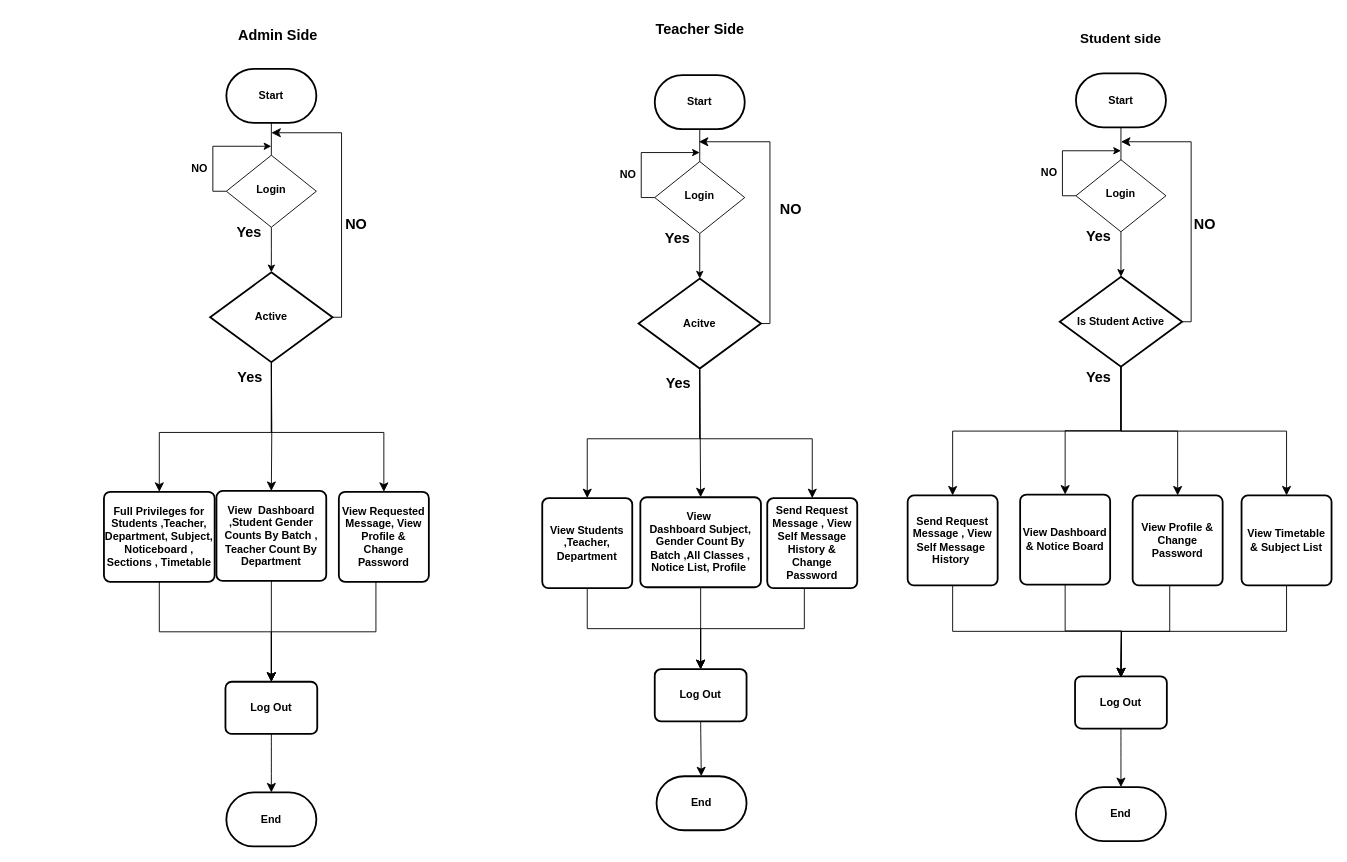
This is Untitled Diagram.drawio from KhunMaungNgwee/InternShipProject, a draw.io file, before an edit. Source tidied: cells renumbered, new cells numbered last; positions are measured from the earlier drawing's top-left corner, leaving out a move shared by most shapes. Both pictures are drawn from the tidied source at 90%, with x=0, y=0 at pixel (104, 15).
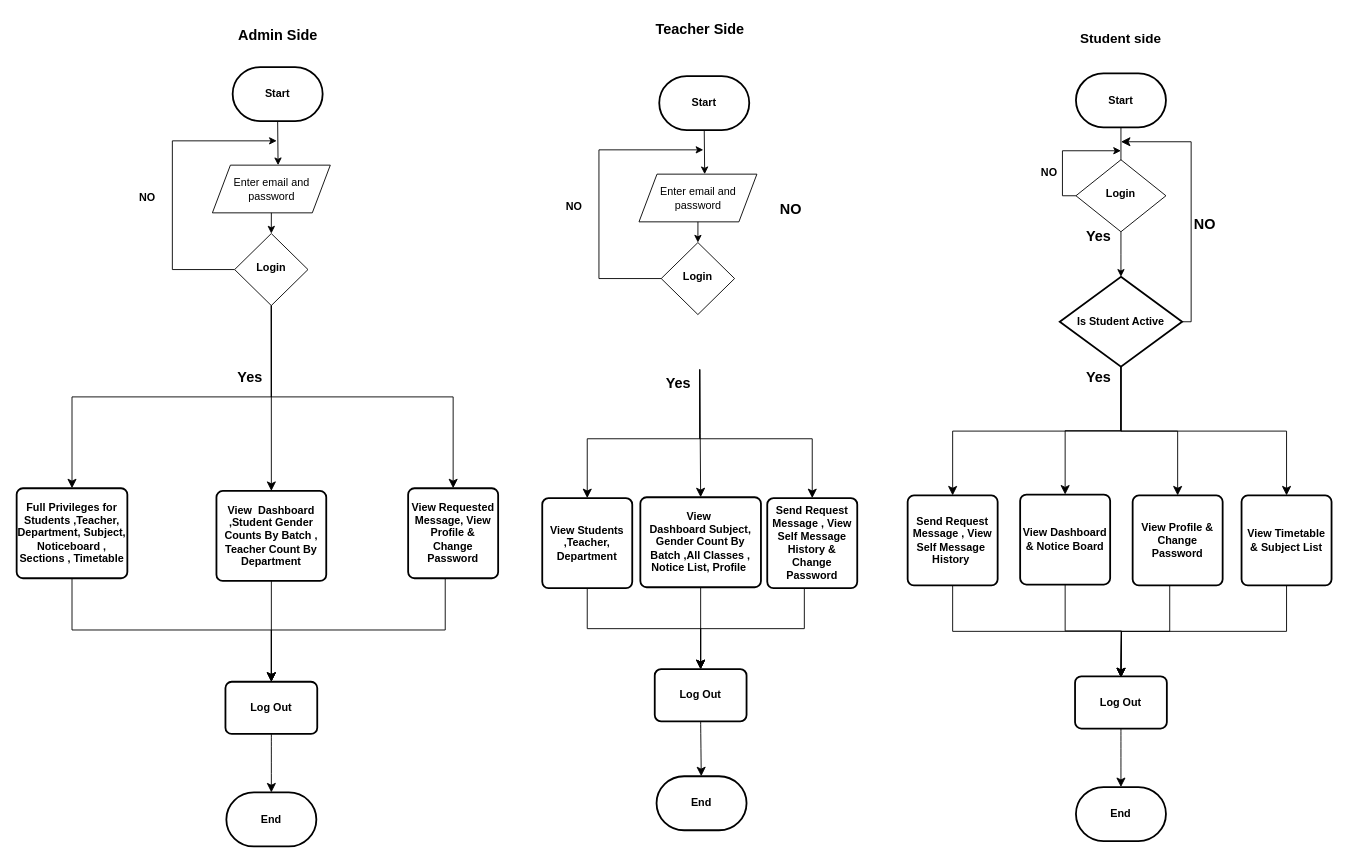
After the change.

The change refers to these unchanged cells:
```xml
<mxCell id="44" value="&lt;b&gt;View&amp;nbsp; Dashboard ,Student Gender Counts By Batch , Teacher Count By Department&lt;/b&gt;" style="rounded=1;whiteSpace=wrap;html=1;absoluteArcSize=1;arcSize=14;strokeWidth=2;" parent="1" vertex="1">
  <mxGeometry x="125" y="528" width="122" height="100" as="geometry" />
</mxCell>
```

What changed in the source:
```diff
@@
-<mxGraphModel background="#FFFFFF">
+<mxGraphModel>
@@
-    <mxCell id="26" style="edgeStyle=orthogonalEdgeStyle;rounded=0;jettySize=auto;html=1;exitX=0.5;exitY=1;exitDx=0;exitDy=0;" parent="1" edge="1" source="30">
-      <mxGeometry relative="1" as="geometry">
-        <mxPoint x="662" y="292" as="targetPoint" />
-      </mxGeometry>
-    </mxCell>
-    <mxCell id="27" style="edgeStyle=orthogonalEdgeStyle;rounded=0;jettySize=auto;html=1;exitX=0.5;exitY=1;exitDx=0;exitDy=0;exitPerimeter=0;" parent="1" edge="1" source="28">
-      <mxGeometry relative="1" as="geometry">
-        <mxPoint x="662" y="196" as="targetPoint" />
-      </mxGeometry>
-    </mxCell>
-    <mxCell id="28" value="&lt;b&gt;Start&lt;/b&gt;" style="strokeWidth=2;html=1;shape=mxgraph.flowchart.terminator;whiteSpace=wrap;" parent="1" vertex="1">
-      <mxGeometry x="612" y="66" width="100" height="60" as="geometry" />
-    </mxCell>
-    <mxCell id="29" style="edgeStyle=elbowEdgeStyle;rounded=0;jettySize=auto;html=1;exitX=0;exitY=0.5;exitDx=0;exitDy=0;" parent="1" edge="1" source="30">
-      <mxGeometry relative="1" as="geometry">
-        <mxPoint x="662" y="152" as="targetPoint" />
-        <Array as="points">
-          <mxPoint x="597" y="172" />
-        </Array>
-      </mxGeometry>
-    </mxCell>
-    <mxCell id="30" value="&lt;b&gt;Login&lt;/b&gt;" style="rhombus;whiteSpace=wrap;html=1;shadow=0;fontFamily=Helvetica;fontSize=12;align=center;strokeWidth=1;spacing=6;spacingTop=-4;" parent="1" vertex="1">
-      <mxGeometry x="612" y="162" width="100" height="80" as="geometry" />
-    </mxCell>
-    <mxCell id="31" value="&lt;b&gt;NO&lt;/b&gt;" style="text;html=1;align=center;verticalAlign=middle;strokeColor=none;fillColor=none;" parent="1" vertex="1">
-      <mxGeometry x="562" y="162" width="40" height="30" as="geometry" />
-    </mxCell>
-    <mxCell id="32" value="&lt;b&gt;Yes&lt;/b&gt;" style="text;html=1;align=center;verticalAlign=middle;strokeColor=none;fillColor=none;fontSize=16;" parent="1" vertex="1">
-      <mxGeometry x="612" y="232" width="50" height="30" as="geometry" />
-    </mxCell>
@@
-    <mxCell id="34" value="&lt;b&gt;Acitve&lt;/b&gt;" style="strokeWidth=2;html=1;shape=mxgraph.flowchart.decision;whiteSpace=wrap;" parent="1" vertex="1">
-      <mxGeometry x="594" y="292" width="136" height="100" as="geometry" />
-    </mxCell>
@@
-    <mxCell id="45" style="edgeStyle=orthogonalEdgeStyle;rounded=0;jettySize=auto;html=1;exitX=0.5;exitY=1;exitDx=0;exitDy=0;" parent="1" edge="1" source="49">
-      <mxGeometry relative="1" as="geometry">
-        <mxPoint x="186" y="285" as="targetPoint" />
-      </mxGeometry>
-    </mxCell>
-    <mxCell id="46" style="edgeStyle=orthogonalEdgeStyle;rounded=0;jettySize=auto;html=1;exitX=0.5;exitY=1;exitDx=0;exitDy=0;exitPerimeter=0;" parent="1" edge="1" source="47">
-      <mxGeometry relative="1" as="geometry">
-        <mxPoint x="186" y="189" as="targetPoint" />
-      </mxGeometry>
-    </mxCell>
     <mxCell id="47" value="&lt;b&gt;Start&lt;/b&gt;" style="strokeWidth=2;html=1;shape=mxgraph.flowchart.terminator;whiteSpace=wrap;" parent="1" vertex="1">
-      <mxGeometry x="136" y="59" width="100" height="60" as="geometry" />
+      <mxGeometry x="143" y="57" width="100" height="60" as="geometry" />
     </mxCell>
     <mxCell id="48" style="edgeStyle=elbowEdgeStyle;rounded=0;jettySize=auto;html=1;exitX=0;exitY=0.5;exitDx=0;exitDy=0;" parent="1" edge="1" source="49">
       <mxGeometry relative="1" as="geometry">
-        <mxPoint x="186" y="145" as="targetPoint" />
+        <mxPoint x="192" y="139" as="targetPoint" />
         <Array as="points">
-          <mxPoint x="121" y="165" />
+          <mxPoint x="76" y="210" />
         </Array>
       </mxGeometry>
     </mxCell>
     <mxCell id="49" value="&lt;b&gt;Login&lt;/b&gt;" style="rhombus;whiteSpace=wrap;html=1;shadow=0;fontFamily=Helvetica;fontSize=12;align=center;strokeWidth=1;spacing=6;spacingTop=-4;" parent="1" vertex="1">
-      <mxGeometry x="136" y="155" width="100" height="80" as="geometry" />
+      <mxGeometry x="145.2" y="242" width="81.5" height="80" as="geometry" />
     </mxCell>
     <mxCell id="50" value="&lt;b&gt;NO&lt;/b&gt;" style="text;html=1;align=center;verticalAlign=middle;strokeColor=none;fillColor=none;" parent="1" vertex="1">
-      <mxGeometry x="86" y="155" width="40" height="30" as="geometry" />
+      <mxGeometry x="28" y="187" width="40" height="30" as="geometry" />
     </mxCell>
-    <mxCell id="51" value="&lt;b&gt;Yes&lt;/b&gt;" style="text;html=1;align=center;verticalAlign=middle;strokeColor=none;fillColor=none;fontSize=16;" parent="1" vertex="1">
-      <mxGeometry x="136" y="225" width="50" height="30" as="geometry" />
-    </mxCell>
-    <mxCell id="52" style="edgeStyle=orthogonalEdgeStyle;rounded=0;jettySize=auto;html=1;exitX=0.5;exitY=1;exitDx=0;exitDy=0;exitPerimeter=0;entryX=0.5;entryY=0;entryDx=0;entryDy=0;fontSize=12;startSize=8;endSize=8;" parent="1" edge="1" target="44">
-      <mxGeometry relative="1" as="geometry">
-        <mxPoint x="186" y="386" as="sourcePoint" />
-      </mxGeometry>
+    <mxCell id="52" style="rounded=0;jettySize=auto;html=1;exitX=0.5;exitY=1;exitDx=0;exitDy=0;entryX=0.5;entryY=0;entryDx=0;entryDy=0;fontSize=12;startSize=8;endSize=8;edgeStyle=orthogonalEdgeStyle;" parent="1" edge="1" source="49" target="44">
+      <mxGeometry relative="1" as="geometry" />
     </mxCell>
-    <mxCell id="53" value="&lt;b&gt;Active&lt;/b&gt;" style="strokeWidth=2;html=1;shape=mxgraph.flowchart.decision;whiteSpace=wrap;" parent="1" vertex="1">
-      <mxGeometry x="118" y="285" width="136" height="100" as="geometry" />
-    </mxCell>
@@
     <mxCell id="55" value="&lt;b&gt;Full Privileges for Students ,Teacher, Department, Subject, Noticeboard , Sections , Timetable&lt;/b&gt;" style="rounded=1;whiteSpace=wrap;html=1;absoluteArcSize=1;arcSize=14;strokeWidth=2;" parent="1" vertex="1">
-      <mxGeometry y="529" width="123" height="100" as="geometry" />
+      <mxGeometry x="-97" y="525" width="123" height="100" as="geometry" />
     </mxCell>
     <mxCell id="56" value="&lt;div&gt;&lt;b&gt;View Requested Message, View Profile &amp;amp;&lt;/b&gt;&lt;/div&gt;&lt;b&gt;Change Password&lt;/b&gt;" style="rounded=1;whiteSpace=wrap;html=1;absoluteArcSize=1;arcSize=14;strokeWidth=2;" parent="1" vertex="1">
-      <mxGeometry x="261" y="529" width="100" height="100" as="geometry" />
+      <mxGeometry x="338" y="525" width="100" height="100" as="geometry" />
     </mxCell>
-    <mxCell id="57" style="endArrow=classic;html=1;rounded=0;fontSize=12;startSize=8;endSize=8;entryX=0.5;entryY=0;entryDx=0;entryDy=0;exitX=0.5;exitY=1;exitDx=0;exitDy=0;exitPerimeter=0;edgeStyle=orthogonalEdgeStyle;" parent="1" edge="1" target="56">
-      <mxGeometry relative="1" as="geometry">
-        <mxPoint x="186" y="386" as="sourcePoint" />
-        <Array as="points">
-          <mxPoint x="186" y="463" />
-          <mxPoint x="311" y="463" />
-        </Array>
-      </mxGeometry>
+    <mxCell id="57" style="endArrow=classic;html=1;rounded=0;fontSize=12;startSize=8;endSize=8;entryX=0.5;entryY=0;entryDx=0;entryDy=0;exitX=0.5;exitY=1;exitDx=0;exitDy=0;edgeStyle=orthogonalEdgeStyle;" parent="1" edge="1" source="49" target="56">
+      <mxGeometry relative="1" as="geometry" />
     </mxCell>
-    <mxCell id="58" style="endArrow=classic;html=1;rounded=0;fontSize=12;startSize=8;endSize=8;entryX=0.5;entryY=0;entryDx=0;entryDy=0;exitX=0.5;exitY=1;exitDx=0;exitDy=0;exitPerimeter=0;edgeStyle=orthogonalEdgeStyle;" parent="1" edge="1" target="55">
-      <mxGeometry relative="1" as="geometry">
-        <mxPoint x="186" y="386" as="sourcePoint" />
-        <Array as="points">
-          <mxPoint x="186" y="463" />
-          <mxPoint x="61" y="463" />
-        </Array>
-      </mxGeometry>
+    <mxCell id="58" style="endArrow=classic;html=1;rounded=0;fontSize=12;startSize=8;endSize=8;entryX=0.5;entryY=0;entryDx=0;entryDy=0;exitX=0.5;exitY=1;exitDx=0;exitDy=0;edgeStyle=orthogonalEdgeStyle;" parent="1" edge="1" source="49" target="55">
+      <mxGeometry relative="1" as="geometry" />
     </mxCell>
@@
-    <mxCell id="63" style="endArrow=classic;html=1;rounded=0;fontSize=12;startSize=8;endSize=8;exitX=1;exitY=0.5;exitDx=0;exitDy=0;exitPerimeter=0;edgeStyle=orthogonalEdgeStyle;" parent="1" edge="1" source="53">
-      <mxGeometry relative="1" as="geometry">
-        <mxPoint x="186" y="130" as="targetPoint" />
-        <Array as="points">
-          <mxPoint x="264" y="335" />
-          <mxPoint x="264" y="130" />
-        </Array>
-      </mxGeometry>
-    </mxCell>
-    <mxCell id="64" value="&lt;b&gt;NO&lt;/b&gt;" style="text;html=1;align=center;verticalAlign=middle;strokeColor=none;fillColor=none;fontSize=16;" parent="1" vertex="1">
-      <mxGeometry x="255" y="216" width="50" height="30" as="geometry" />
-    </mxCell>
-    <mxCell id="65" style="endArrow=classic;html=1;rounded=0;fontSize=12;startSize=8;endSize=8;exitX=1;exitY=0.5;exitDx=0;exitDy=0;exitPerimeter=0;edgeStyle=orthogonalEdgeStyle;" parent="1" edge="1" source="34">
-      <mxGeometry relative="1" as="geometry">
-        <mxPoint x="661" y="140" as="targetPoint" />
-        <Array as="points">
-          <mxPoint x="740" y="342" />
-          <mxPoint x="740" y="140" />
-        </Array>
-      </mxGeometry>
-    </mxCell>
@@
+    <mxCell id="77" value="Enter email and password" style="shape=parallelogram;perimeter=parallelogramPerimeter;whiteSpace=wrap;html=1;fixedSize=1;" parent="1" vertex="1">
+      <mxGeometry x="120.5" y="166" width="131" height="53" as="geometry" />
+    </mxCell>
+    <mxCell id="78" style="endArrow=classic;html=1;rounded=0;exitX=0.5;exitY=1;exitDx=0;exitDy=0;exitPerimeter=0;entryX=0.557;entryY=0;entryDx=0;entryDy=0;entryPerimeter=0;" parent="1" edge="1" source="47" target="77">
+      <mxGeometry relative="1" as="geometry" />
+    </mxCell>
+    <mxCell id="79" style="endArrow=classic;html=1;rounded=0;entryX=0.5;entryY=0;entryDx=0;entryDy=0;exitX=0.5;exitY=1;exitDx=0;exitDy=0;" parent="1" edge="1" source="77" target="49">
+      <mxGeometry relative="1" as="geometry" />
+    </mxCell>
+    <mxCell id="28" value="&lt;b&gt;Start&lt;/b&gt;" style="strokeWidth=2;html=1;shape=mxgraph.flowchart.terminator;whiteSpace=wrap;" parent="1" vertex="1">
+      <mxGeometry x="617" y="67" width="100" height="60" as="geometry" />
+    </mxCell>
+    <mxCell id="80" style="edgeStyle=elbowEdgeStyle;rounded=0;jettySize=auto;html=1;exitX=0;exitY=0.5;exitDx=0;exitDy=0;" parent="1" edge="1" source="30">
+      <mxGeometry relative="1" as="geometry">
+        <mxPoint x="666" y="149" as="targetPoint" />
+        <Array as="points">
+          <mxPoint x="550" y="220" />
+        </Array>
+      </mxGeometry>
+    </mxCell>
+    <mxCell id="30" value="&lt;b&gt;Login&lt;/b&gt;" style="rhombus;whiteSpace=wrap;html=1;shadow=0;fontFamily=Helvetica;fontSize=12;align=center;strokeWidth=1;spacing=6;spacingTop=-4;" parent="1" vertex="1">
+      <mxGeometry x="619.2" y="252" width="81.5" height="80" as="geometry" />
+    </mxCell>
+    <mxCell id="31" value="&lt;b&gt;NO&lt;/b&gt;" style="text;html=1;align=center;verticalAlign=middle;strokeColor=none;fillColor=none;" parent="1" vertex="1">
+      <mxGeometry x="502" y="197" width="40" height="30" as="geometry" />
+    </mxCell>
+    <mxCell id="81" value="Enter email and password" style="shape=parallelogram;perimeter=parallelogramPerimeter;whiteSpace=wrap;html=1;fixedSize=1;" parent="1" vertex="1">
+      <mxGeometry x="594.5" y="176" width="131" height="53" as="geometry" />
+    </mxCell>
+    <mxCell id="82" style="endArrow=classic;html=1;rounded=0;exitX=0.5;exitY=1;exitDx=0;exitDy=0;exitPerimeter=0;entryX=0.557;entryY=0;entryDx=0;entryDy=0;entryPerimeter=0;" parent="1" edge="1" source="28" target="81">
+      <mxGeometry relative="1" as="geometry" />
+    </mxCell>
+    <mxCell id="83" style="endArrow=classic;html=1;rounded=0;entryX=0.5;entryY=0;entryDx=0;entryDy=0;exitX=0.5;exitY=1;exitDx=0;exitDy=0;" parent="1" edge="1" source="81" target="30">
+      <mxGeometry relative="1" as="geometry" />
+    </mxCell>
```
